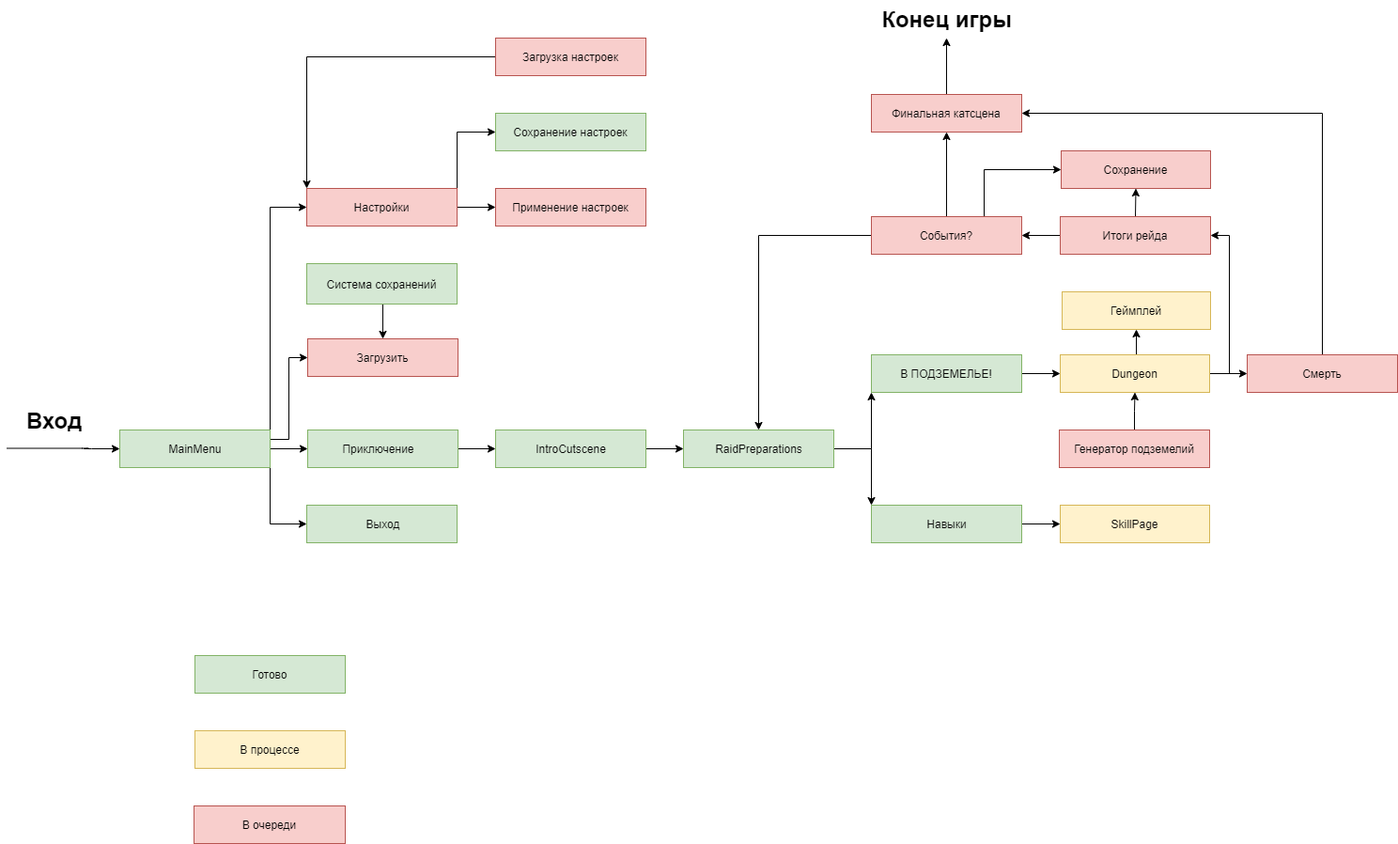
Akwaena/DungeonMaster keeps this draw.io diagram as GameScheme.png. Above is the earlier version. Source tidied: cells renumbered, new cells last; positions are measured from the earlier drawing's top-left corner, leaving out a move shared by most shapes.
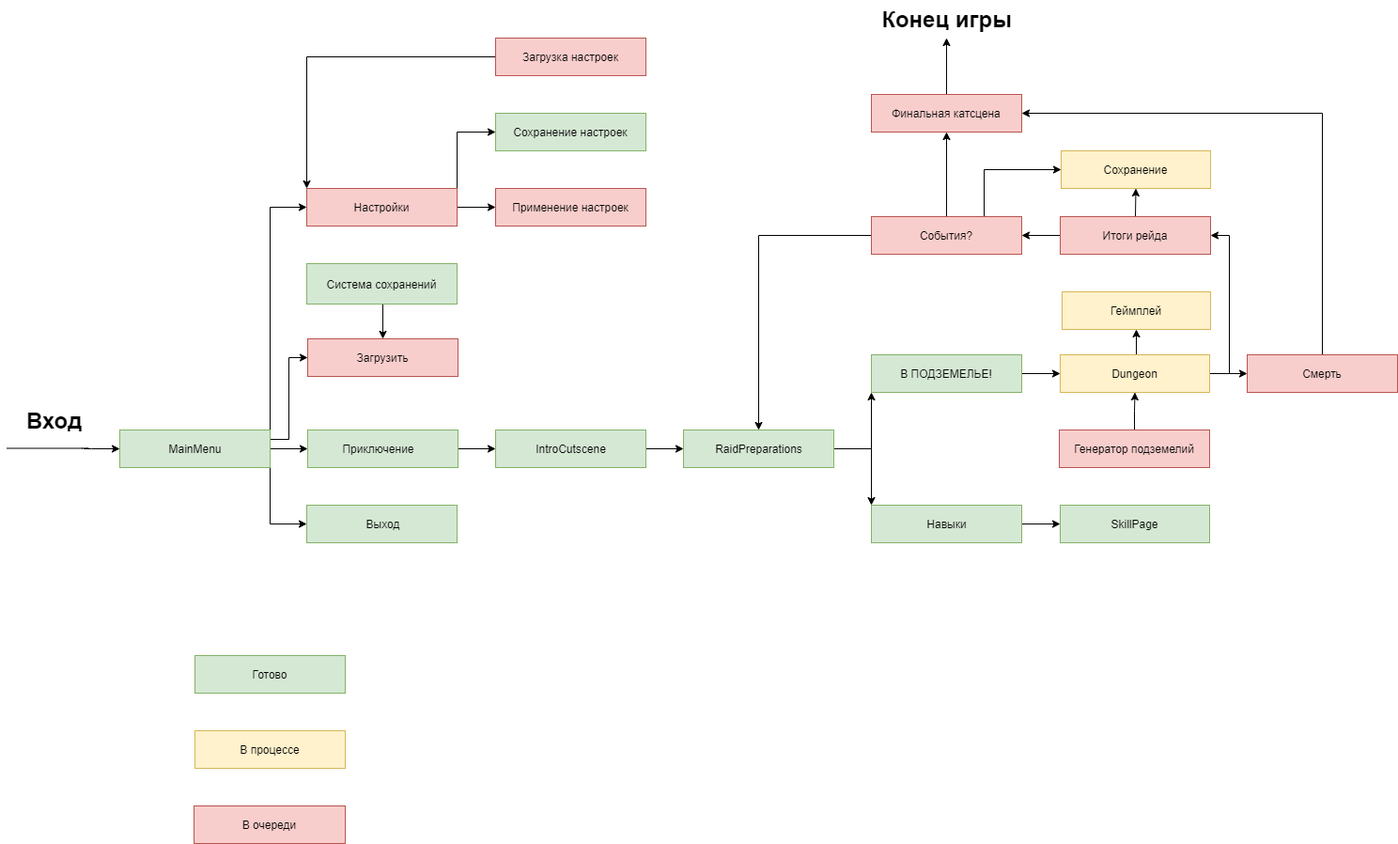
Later version of the same file.

What changed in the source:
```diff
@@ -96,7 +96,7 @@
     <mxCell id="30" value="Dungeon" style="whiteSpace=wrap;html=1;fillColor=#fff2cc;strokeColor=#d6b656;" parent="1" vertex="1">
       <mxGeometry x="1121" y="377" width="159" height="40" as="geometry" />
     </mxCell>
-    <mxCell id="31" value="SkillPage" style="whiteSpace=wrap;html=1;fillColor=#fff2cc;strokeColor=#d6b656;" parent="1" vertex="1">
+    <mxCell id="31" value="SkillPage" style="whiteSpace=wrap;html=1;fillColor=#d5e8d4;strokeColor=#82b366;" parent="1" vertex="1">
       <mxGeometry x="1121" y="537" width="159" height="40" as="geometry" />
     </mxCell>
     <mxCell id="32" value="Загрузить" style="whiteSpace=wrap;html=1;fillColor=#f8cecc;strokeColor=#b85450;" parent="1" vertex="1">
@@ -183,7 +183,7 @@
     <mxCell id="59" value="Загрузка настроек" style="whiteSpace=wrap;html=1;fillColor=#f8cecc;strokeColor=#b85450;" parent="1" vertex="1">
       <mxGeometry x="520" y="40" width="160" height="40" as="geometry" />
     </mxCell>
-    <mxCell id="60" value="Сохранение" style="whiteSpace=wrap;html=1;fillColor=#f8cecc;strokeColor=#b85450;" parent="1" vertex="1">
+    <mxCell id="60" value="Сохранение" style="whiteSpace=wrap;html=1;fillColor=#fff2cc;strokeColor=#d6b656;" parent="1" vertex="1">
       <mxGeometry x="1122" y="160" width="159" height="40" as="geometry" />
     </mxCell>
     <mxCell id="61" value="Геймплей" style="whiteSpace=wrap;html=1;fillColor=#fff2cc;strokeColor=#d6b656;" parent="1" vertex="1">
```
